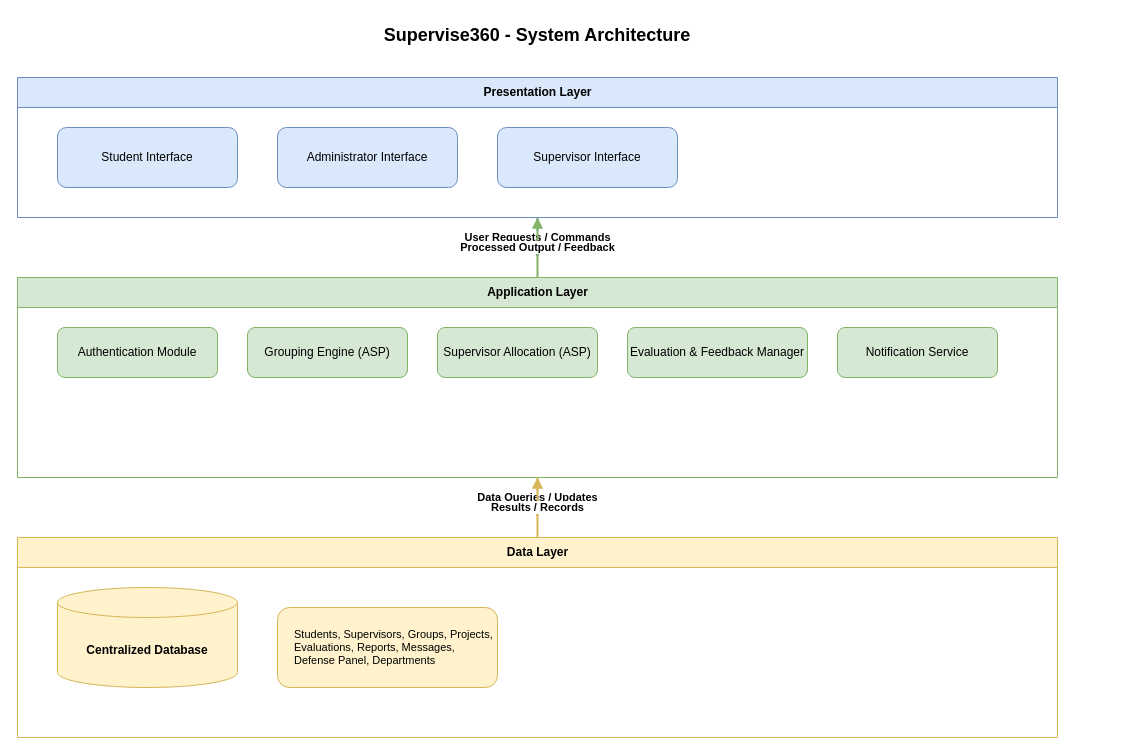
The draw.io diagram diagrams/04-system-architecture-diagram.drawio in Chidera584/supervise360, before the edit. Source tidied: cells renumbered, new cells numbered last; positions are measured from the earlier drawing's top-left corner, leaving out a move shared by most shapes. Both pictures are drawn from the tidied source at 100%, with x=0, y=0 at pixel (17, 17).
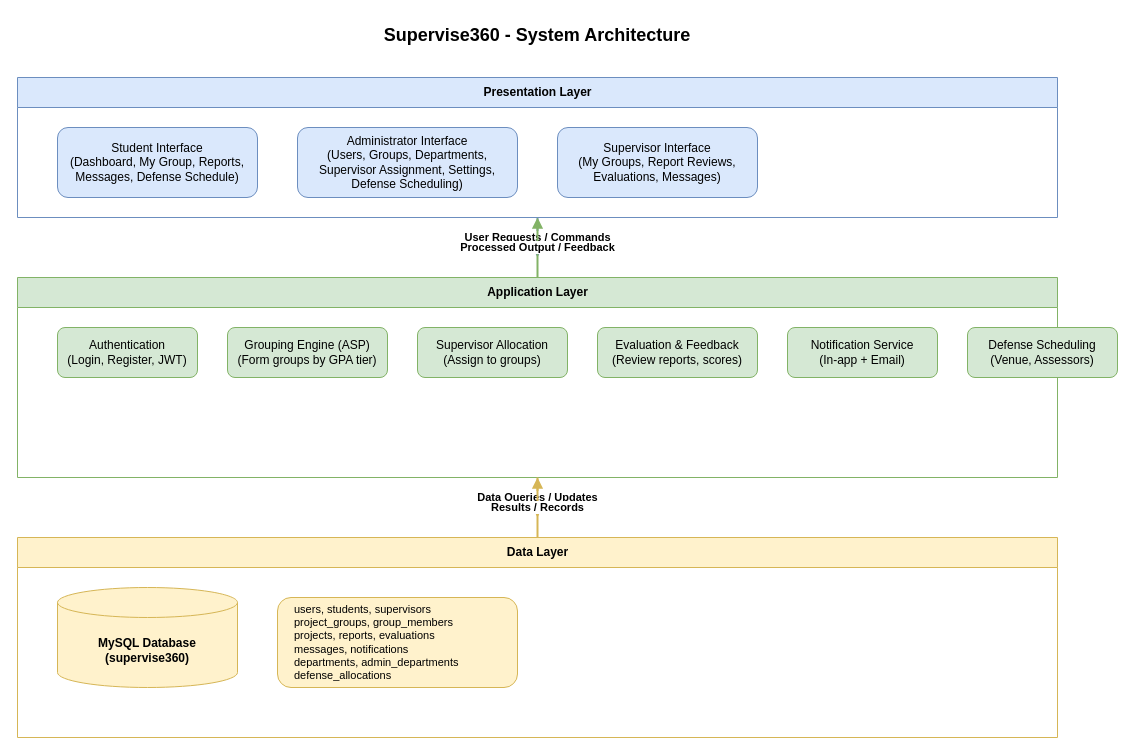
After the change.

Commit message (it also covers changes not shown here):
Align diagrams with project: correct ERD tables, architecture layers, sequence flow, use cases

Unchanged cells that the change refers to:
```xml
<mxCell id="3" value="Presentation Layer" style="swimlane;html=1;horizontal=1;startSize=30;fillColor=#dae8fc;strokeColor=#6c8ebf;fontStyle=1;fontSize=12;" parent="1" vertex="1">
  <mxGeometry y="60" width="1040" height="140" as="geometry" />
</mxCell>
<mxCell id="8" value="Application Layer" style="swimlane;html=1;horizontal=1;startSize=30;fillColor=#d5e8d4;strokeColor=#82b366;fontStyle=1;fontSize=12;" parent="1" vertex="1">
  <mxGeometry y="260" width="1040" height="200" as="geometry" />
</mxCell>
<mxCell id="16" value="Data Layer" style="swimlane;html=1;horizontal=1;startSize=30;fillColor=#fff2cc;strokeColor=#d6b656;fontStyle=1;fontSize=12;" parent="1" vertex="1">
  <mxGeometry y="520" width="1040" height="200" as="geometry" />
</mxCell>
```

What changed in the source:
```diff
@@
-    <mxCell id="4" value="Student Interface" style="rounded=1;whiteSpace=wrap;html=1;fillColor=#dae8fc;strokeColor=#6c8ebf;" parent="3" vertex="1">
-      <mxGeometry x="40" y="50" width="180" height="60" as="geometry" />
+    <mxCell id="4" value="Student Interface&#10;(Dashboard, My Group, Reports,&#10;Messages, Defense Schedule)" style="rounded=1;whiteSpace=wrap;html=1;fillColor=#dae8fc;strokeColor=#6c8ebf;" parent="3" vertex="1">
+      <mxGeometry x="40" y="50" width="200" height="70" as="geometry" />
     </mxCell>
-    <mxCell id="5" value="Administrator Interface" style="rounded=1;whiteSpace=wrap;html=1;fillColor=#dae8fc;strokeColor=#6c8ebf;" parent="3" vertex="1">
-      <mxGeometry x="260" y="50" width="180" height="60" as="geometry" />
+    <mxCell id="5" value="Administrator Interface&#10;(Users, Groups, Departments,&#10;Supervisor Assignment, Settings,&#10;Defense Scheduling)" style="rounded=1;whiteSpace=wrap;html=1;fillColor=#dae8fc;strokeColor=#6c8ebf;" parent="3" vertex="1">
+      <mxGeometry x="280" y="50" width="220" height="70" as="geometry" />
     </mxCell>
-    <mxCell id="6" value="Supervisor Interface" style="rounded=1;whiteSpace=wrap;html=1;fillColor=#dae8fc;strokeColor=#6c8ebf;" parent="3" vertex="1">
-      <mxGeometry x="480" y="50" width="180" height="60" as="geometry" />
+    <mxCell id="6" value="Supervisor Interface&#10;(My Groups, Report Reviews,&#10;Evaluations, Messages)" style="rounded=1;whiteSpace=wrap;html=1;fillColor=#dae8fc;strokeColor=#6c8ebf;" parent="3" vertex="1">
+      <mxGeometry x="540" y="50" width="200" height="70" as="geometry" />
     </mxCell>
@@
-    <mxCell id="9" value="Authentication Module" style="rounded=1;whiteSpace=wrap;html=1;fillColor=#d5e8d4;strokeColor=#82b366;" parent="8" vertex="1">
-      <mxGeometry x="40" y="50" width="160" height="50" as="geometry" />
+    <mxCell id="9" value="Authentication&#10;(Login, Register, JWT)" style="rounded=1;whiteSpace=wrap;html=1;fillColor=#d5e8d4;strokeColor=#82b366;" parent="8" vertex="1">
+      <mxGeometry x="40" y="50" width="140" height="50" as="geometry" />
     </mxCell>
-    <mxCell id="10" value="Grouping Engine (ASP)" style="rounded=1;whiteSpace=wrap;html=1;fillColor=#d5e8d4;strokeColor=#82b366;" parent="8" vertex="1">
-      <mxGeometry x="230" y="50" width="160" height="50" as="geometry" />
+    <mxCell id="10" value="Grouping Engine (ASP)&#10;(Form groups by GPA tier)" style="rounded=1;whiteSpace=wrap;html=1;fillColor=#d5e8d4;strokeColor=#82b366;" parent="8" vertex="1">
+      <mxGeometry x="210" y="50" width="160" height="50" as="geometry" />
     </mxCell>
-    <mxCell id="11" value="Supervisor Allocation (ASP)" style="rounded=1;whiteSpace=wrap;html=1;fillColor=#d5e8d4;strokeColor=#82b366;" parent="8" vertex="1">
-      <mxGeometry x="420" y="50" width="160" height="50" as="geometry" />
+    <mxCell id="11" value="Supervisor Allocation&#10;(Assign to groups)" style="rounded=1;whiteSpace=wrap;html=1;fillColor=#d5e8d4;strokeColor=#82b366;" parent="8" vertex="1">
+      <mxGeometry x="400" y="50" width="150" height="50" as="geometry" />
     </mxCell>
-    <mxCell id="12" value="Evaluation &amp; Feedback Manager" style="rounded=1;whiteSpace=wrap;html=1;fillColor=#d5e8d4;strokeColor=#82b366;" parent="8" vertex="1">
-      <mxGeometry x="610" y="50" width="180" height="50" as="geometry" />
+    <mxCell id="12" value="Evaluation &amp; Feedback&#10;(Review reports, scores)" style="rounded=1;whiteSpace=wrap;html=1;fillColor=#d5e8d4;strokeColor=#82b366;" parent="8" vertex="1">
+      <mxGeometry x="580" y="50" width="160" height="50" as="geometry" />
     </mxCell>
-    <mxCell id="13" value="Notification Service" style="rounded=1;whiteSpace=wrap;html=1;fillColor=#d5e8d4;strokeColor=#82b366;" parent="8" vertex="1">
-      <mxGeometry x="820" y="50" width="160" height="50" as="geometry" />
+    <mxCell id="13" value="Notification Service&#10;(In-app + Email)" style="rounded=1;whiteSpace=wrap;html=1;fillColor=#d5e8d4;strokeColor=#82b366;" parent="8" vertex="1">
+      <mxGeometry x="770" y="50" width="150" height="50" as="geometry" />
     </mxCell>
+    <mxCell id="20" value="Defense Scheduling&#10;(Venue, Assessors)" style="rounded=1;whiteSpace=wrap;html=1;fillColor=#d5e8d4;strokeColor=#82b366;" parent="8" vertex="1">
+      <mxGeometry x="950" y="50" width="150" height="50" as="geometry" />
+    </mxCell>
@@
-    <mxCell id="17" value="Centralized Database" style="shape=cylinder3;whiteSpace=wrap;html=1;boundedLbl=1;backgroundOutline=1;size=15;fillColor=#fff2cc;strokeColor=#d6b656;fontStyle=1;" parent="16" vertex="1">
+    <mxCell id="17" value="MySQL Database&#10;(supervise360)" style="shape=cylinder3;whiteSpace=wrap;html=1;boundedLbl=1;backgroundOutline=1;size=15;fillColor=#fff2cc;strokeColor=#d6b656;fontStyle=1;" parent="16" vertex="1">
       <mxGeometry x="40" y="50" width="180" height="100" as="geometry" />
     </mxCell>
-    <mxCell id="18" value="Students, Supervisors, Groups, Projects,&#10;Evaluations, Reports, Messages,&#10;Defense Panel, Departments" style="rounded=1;whiteSpace=wrap;html=1;fillColor=#fff2cc;strokeColor=#d6b656;align=left;spacingLeft=15;fontSize=11;" parent="16" vertex="1">
-      <mxGeometry x="260" y="70" width="220" height="80" as="geometry" />
+    <mxCell id="18" value="users, students, supervisors&#10;project_groups, group_members&#10;projects, reports, evaluations&#10;messages, notifications&#10;departments, admin_departments&#10;defense_allocations" style="rounded=1;whiteSpace=wrap;html=1;fillColor=#fff2cc;strokeColor=#d6b656;align=left;spacingLeft=15;fontSize=11;" parent="16" vertex="1">
+      <mxGeometry x="260" y="60" width="240" height="90" as="geometry" />
     </mxCell>
```
